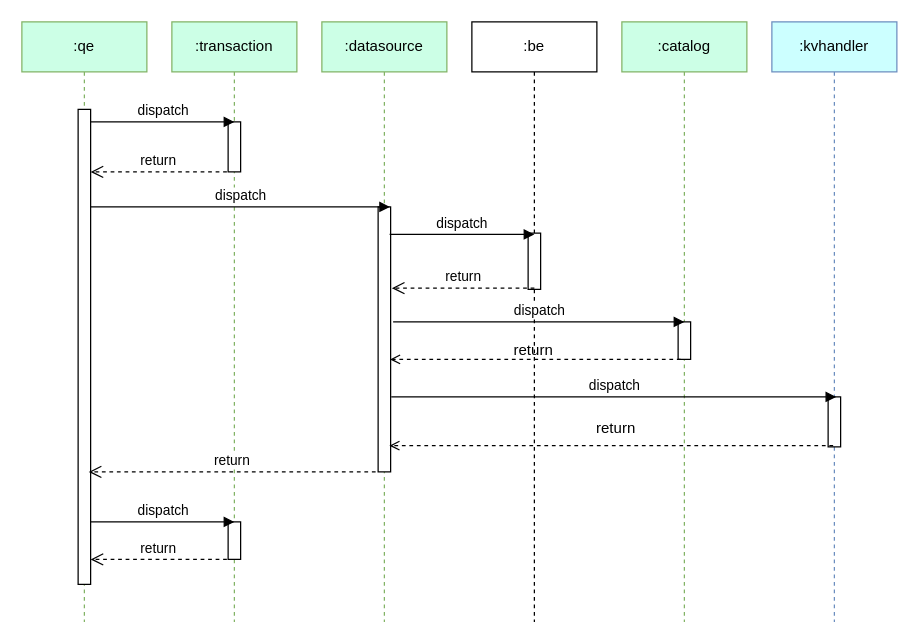
kouruyi/test keeps this draw.io diagram as page "第 1 页" (1 of 2) of 元数据存储.drawio. Above is the earlier version. Source tidied: cells renumbered, new cells numbered last; positions are measured from the earlier drawing's top-left corner, leaving out a move shared by most shapes. Both pictures are drawn from the tidied source at 125%, with x=0, y=0 at pixel (21, 21).
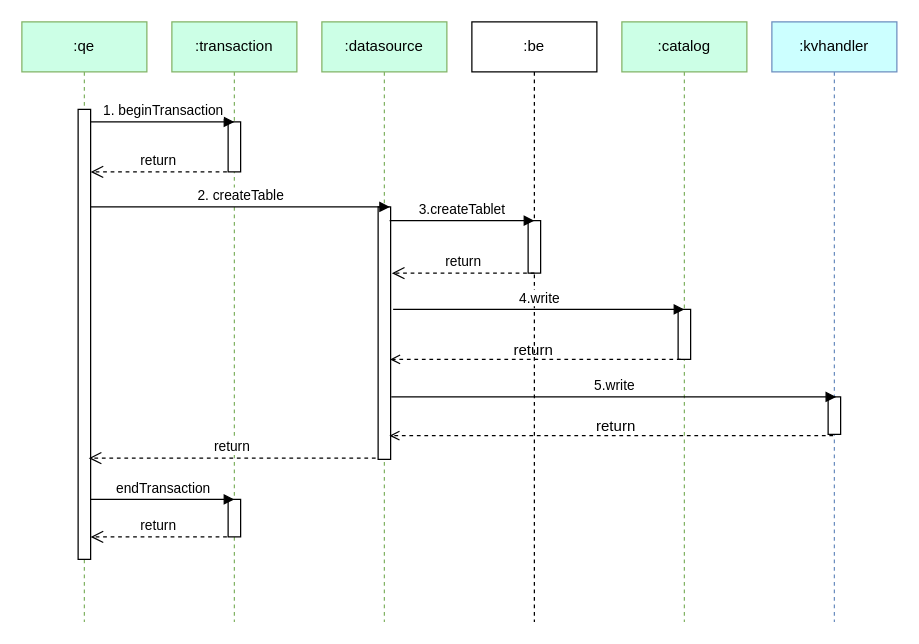
After the change.

Commit message (it also covers changes not shown here):
更新元数据存储.drawio

The change refers to these unchanged cells:
```xml
<mxCell id="2" value=":transaction" style="shape=umlLifeline;perimeter=lifelinePerimeter;whiteSpace=wrap;html=1;newEdgeStyle={&quot;curved&quot;:0,&quot;rounded&quot;:0};fillColor=#CCFFE6;strokeColor=#82b366;" parent="1" vertex="1">
  <mxGeometry x="120" width="100" height="480" as="geometry" />
</mxCell>
<mxCell id="5" value=":qe" style="shape=umlLifeline;perimeter=lifelinePerimeter;whiteSpace=wrap;html=1;newEdgeStyle={&quot;curved&quot;:0,&quot;rounded&quot;:0};fillColor=#CCFFE6;strokeColor=#82b366;" parent="1" vertex="1">
  <mxGeometry width="100" height="480" as="geometry" />
</mxCell>
<mxCell id="7" value=":datasource" style="shape=umlLifeline;perimeter=lifelinePerimeter;whiteSpace=wrap;html=1;newEdgeStyle={&quot;curved&quot;:0,&quot;rounded&quot;:0};fillColor=#CCFFE6;strokeColor=#82b366;" parent="1" vertex="1">
  <mxGeometry x="240" width="100" height="480" as="geometry" />
</mxCell>
<mxCell id="9" value=":be" style="shape=umlLifeline;perimeter=lifelinePerimeter;whiteSpace=wrap;html=1;newEdgeStyle={&quot;curved&quot;:0,&quot;rounded&quot;:0};" parent="1" vertex="1">
  <mxGeometry x="360" width="100" height="480" as="geometry" />
</mxCell>
<mxCell id="11" value=":kvhandler" style="shape=umlLifeline;perimeter=lifelinePerimeter;whiteSpace=wrap;html=1;newEdgeStyle={&quot;curved&quot;:0,&quot;rounded&quot;:0};fillColor=#CCFFFF;strokeColor=#6c8ebf;" parent="1" vertex="1">
  <mxGeometry x="600" width="100" height="480" as="geometry" />
</mxCell>
<mxCell id="13" value=":catalog" style="shape=umlLifeline;perimeter=lifelinePerimeter;whiteSpace=wrap;html=1;newEdgeStyle={&quot;curved&quot;:0,&quot;rounded&quot;:0};fillColor=#CCFFE6;strokeColor=#82b366;" parent="1" vertex="1">
  <mxGeometry x="480" width="100" height="480" as="geometry" />
</mxCell>
```

Change to the diagram source:
```diff
@@
     <mxCell id="3" style="html=1;perimeter=orthogonalPerimeter;targetShapes=umlLifeline;newEdgeStyle={&quot;curved&quot;:0,&quot;rounded&quot;:0};" parent="2" vertex="1">
-      <mxGeometry x="45" y="400" width="10" height="30" as="geometry" />
+      <mxGeometry x="45" y="382" width="10" height="30" as="geometry" />
     </mxCell>
@@
     <mxCell id="6" style="html=1;points=[[0,0,0,0,5],[0,1,0,0,-5],[1,0,0,0,5],[1,1,0,0,-5]];perimeter=orthogonalPerimeter;outlineConnect=0;targetShapes=umlLifeline;portConstraint=eastwest;newEdgeStyle={&quot;curved&quot;:0,&quot;rounded&quot;:0};" parent="5" vertex="1">
-      <mxGeometry x="45" y="70" width="10" height="380" as="geometry" />
+      <mxGeometry x="45" y="70" width="10" height="360" as="geometry" />
     </mxCell>
@@
     <mxCell id="8" style="html=1;perimeter=orthogonalPerimeter;targetShapes=umlLifeline;newEdgeStyle={&quot;curved&quot;:0,&quot;rounded&quot;:0};" parent="7" vertex="1">
-      <mxGeometry x="45" y="148" width="10" height="212" as="geometry" />
+      <mxGeometry x="45" y="148" width="10" height="202" as="geometry" />
     </mxCell>
@@
     <mxCell id="10" style="html=1;perimeter=orthogonalPerimeter;targetShapes=umlLifeline;newEdgeStyle={&quot;curved&quot;:0,&quot;rounded&quot;:0};" parent="9" vertex="1">
-      <mxGeometry x="45" y="169" width="10" height="45" as="geometry" />
+      <mxGeometry x="45" y="159" width="10" height="42" as="geometry" />
     </mxCell>
@@
     <mxCell id="12" style="html=1;perimeter=orthogonalPerimeter;targetShapes=umlLifeline;newEdgeStyle={&quot;curved&quot;:0,&quot;rounded&quot;:0};" parent="11" vertex="1">
-      <mxGeometry x="45" y="300" width="10" height="40" as="geometry" />
+      <mxGeometry x="45" y="300" width="10" height="30" as="geometry" />
     </mxCell>
@@
     <mxCell id="14" style="html=1;perimeter=orthogonalPerimeter;targetShapes=umlLifeline;newEdgeStyle={&quot;curved&quot;:0,&quot;rounded&quot;:0};" parent="13" vertex="1">
-      <mxGeometry x="45" y="240" width="10" height="30" as="geometry" />
+      <mxGeometry x="45" y="230" width="10" height="40" as="geometry" />
     </mxCell>
@@
-    <mxCell id="16" value="dispatch" style="html=1;verticalAlign=bottom;endArrow=block;curved=0;rounded=0;entryX=0;entryY=0;entryDx=0;entryDy=5;" parent="1" edge="1">
-      <mxGeometry relative="1" as="geometry">
+    <mxCell id="16" value="1. beginTransaction" style="html=1;verticalAlign=bottom;endArrow=block;curved=0;rounded=0;entryX=0;entryY=0;entryDx=0;entryDy=5;" parent="1" edge="1">
+      <mxGeometry x="0.01" relative="1" as="geometry">
         <mxPoint x="55" y="80" as="sourcePoint" />
         <mxPoint x="170" y="80" as="targetPoint" />
       </mxGeometry>
     </mxCell>
-    <mxCell id="17" value="dispatch" style="html=1;verticalAlign=bottom;endArrow=block;curved=0;rounded=0;" parent="1" edge="1" source="6">
+    <mxCell id="17" value="2. createTable" style="html=1;verticalAlign=bottom;endArrow=block;curved=0;rounded=0;" parent="1" edge="1" source="6">
       <mxGeometry relative="1" as="geometry">
         <mxPoint x="294.5" y="148" as="targetPoint" />
       </mxGeometry>
     </mxCell>
-    <mxCell id="18" value="dispatch" style="html=1;verticalAlign=bottom;endArrow=block;curved=0;rounded=0;" parent="1" edge="1">
+    <mxCell id="18" value="3.createTablet" style="html=1;verticalAlign=bottom;endArrow=block;curved=0;rounded=0;" parent="1" edge="1">
       <mxGeometry relative="1" as="geometry">
-        <mxPoint x="294.2" y="170" as="sourcePoint" />
-        <mxPoint x="410" y="170" as="targetPoint" />
+        <mxPoint x="294.2" y="159" as="sourcePoint" />
+        <mxPoint x="410" y="159" as="targetPoint" />
       </mxGeometry>
     </mxCell>
-    <mxCell id="19" value="dispatch" style="html=1;verticalAlign=bottom;endArrow=block;curved=0;rounded=0;" parent="1" edge="1">
+    <mxCell id="19" value="4.write" style="html=1;verticalAlign=bottom;endArrow=block;curved=0;rounded=0;" parent="1" edge="1">
       <mxGeometry relative="1" as="geometry">
-        <mxPoint x="297" y="240" as="sourcePoint" />
-        <mxPoint x="530" y="240" as="targetPoint" />
+        <mxPoint x="297" y="230" as="sourcePoint" />
+        <mxPoint x="530" y="230" as="targetPoint" />
       </mxGeometry>
     </mxCell>
-    <mxCell id="20" value="dispatch" style="html=1;verticalAlign=bottom;endArrow=block;curved=0;rounded=0;" parent="1" edge="1">
+    <mxCell id="20" value="5.write" style="html=1;verticalAlign=bottom;endArrow=block;curved=0;rounded=0;" parent="1" edge="1">
       <mxGeometry relative="1" as="geometry">
         <mxPoint x="295.5" y="300" as="sourcePoint" />
         <mxPoint x="651.5" y="300" as="targetPoint" />
       </mxGeometry>
     </mxCell>
-    <mxCell id="21" value="dispatch" style="html=1;verticalAlign=bottom;endArrow=block;curved=0;rounded=0;entryX=0;entryY=0;entryDx=0;entryDy=5;" parent="1" edge="1">
+    <mxCell id="21" value="endTransaction" style="html=1;verticalAlign=bottom;endArrow=block;curved=0;rounded=0;entryX=0;entryY=0;entryDx=0;entryDy=5;" parent="1" edge="1">
       <mxGeometry relative="1" as="geometry">
-        <mxPoint x="55" y="400" as="sourcePoint" />
-        <mxPoint x="170" y="400" as="targetPoint" />
+        <mxPoint x="55" y="382" as="sourcePoint" />
+        <mxPoint x="170" y="382" as="targetPoint" />
       </mxGeometry>
     </mxCell>
     <mxCell id="22" style="rounded=0;orthogonalLoop=1;jettySize=auto;html=1;exitX=0;exitY=1;exitDx=0;exitDy=-5;exitPerimeter=0;entryX=0.5;entryY=0.901;entryDx=0;entryDy=0;entryPerimeter=0;endArrow=open;endFill=0;dashed=1;" parent="1" edge="1">
       <mxGeometry relative="1" as="geometry">
-        <mxPoint x="649" y="339" as="sourcePoint" />
-        <mxPoint x="294" y="339" as="targetPoint" />
+        <mxPoint x="649" y="331" as="sourcePoint" />
+        <mxPoint x="294" y="331" as="targetPoint" />
       </mxGeometry>
     </mxCell>
     <mxCell id="23" value="return" style="text;html=1;align=center;verticalAlign=middle;strokeColor=none;fillColor=none;" parent="1" vertex="1">
-      <mxGeometry x="450" y="310" width="50" height="30" as="geometry" />
+      <mxGeometry x="450" y="309" width="50" height="30" as="geometry" />
     </mxCell>
@@
     <mxCell id="26" value="return" style="html=1;verticalAlign=bottom;endArrow=open;dashed=1;endSize=8;curved=0;rounded=0;exitX=0;exitY=1;exitDx=0;exitDy=-5;endFill=0;" parent="1" edge="1">
       <mxGeometry relative="1" as="geometry">
-        <mxPoint x="410" y="213" as="sourcePoint" />
-        <mxPoint x="296" y="213" as="targetPoint" />
+        <mxPoint x="410" y="201" as="sourcePoint" />
+        <mxPoint x="296" y="201" as="targetPoint" />
       </mxGeometry>
     </mxCell>
     <mxCell id="27" value="return" style="html=1;verticalAlign=bottom;endArrow=open;dashed=1;endSize=8;curved=0;rounded=0;exitX=0;exitY=1;exitDx=0;exitDy=-5;" parent="1" edge="1">
       <mxGeometry relative="1" as="geometry">
-        <mxPoint x="283" y="360" as="sourcePoint" />
-        <mxPoint x="53.5" y="360" as="targetPoint" />
+        <mxPoint x="283" y="349" as="sourcePoint" />
+        <mxPoint x="53.5" y="349" as="targetPoint" />
       </mxGeometry>
     </mxCell>
     <mxCell id="28" value="return" style="html=1;verticalAlign=bottom;endArrow=open;dashed=1;endSize=8;curved=0;rounded=0;exitX=0;exitY=1;exitDx=0;exitDy=-5;" parent="1" edge="1">
       <mxGeometry relative="1" as="geometry">
-        <mxPoint x="164" y="430" as="sourcePoint" />
-        <mxPoint x="55" y="430" as="targetPoint" />
+        <mxPoint x="164" y="412" as="sourcePoint" />
+        <mxPoint x="55" y="412" as="targetPoint" />
       </mxGeometry>
     </mxCell>
```
